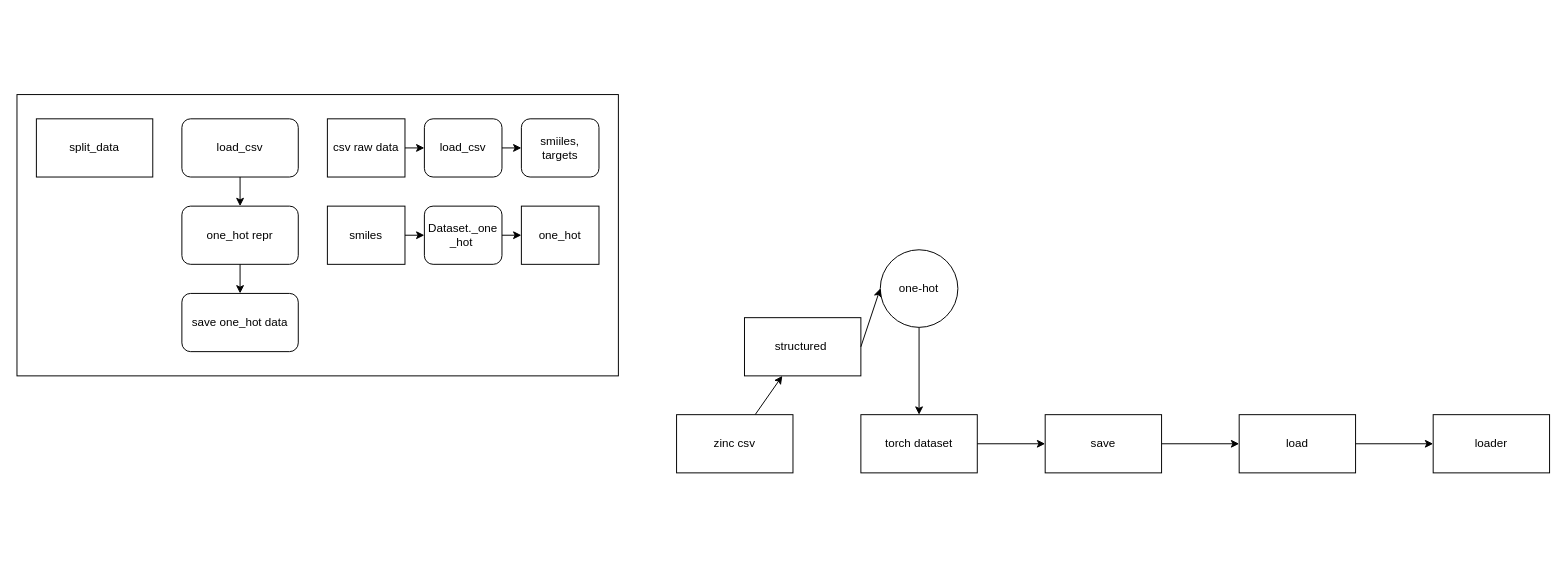
ZhichenCS/MOLVAE keeps this draw.io diagram as zinc_data_processing_pipline.dio. Above is the earlier version. Source tidied: cells renumbered, new cells numbered last; positions are measured from the earlier drawing's top-left corner, leaving out a move shared by most shapes. Both pictures are drawn from the tidied source at 97%, with x=0, y=0 at pixel (16, 94).
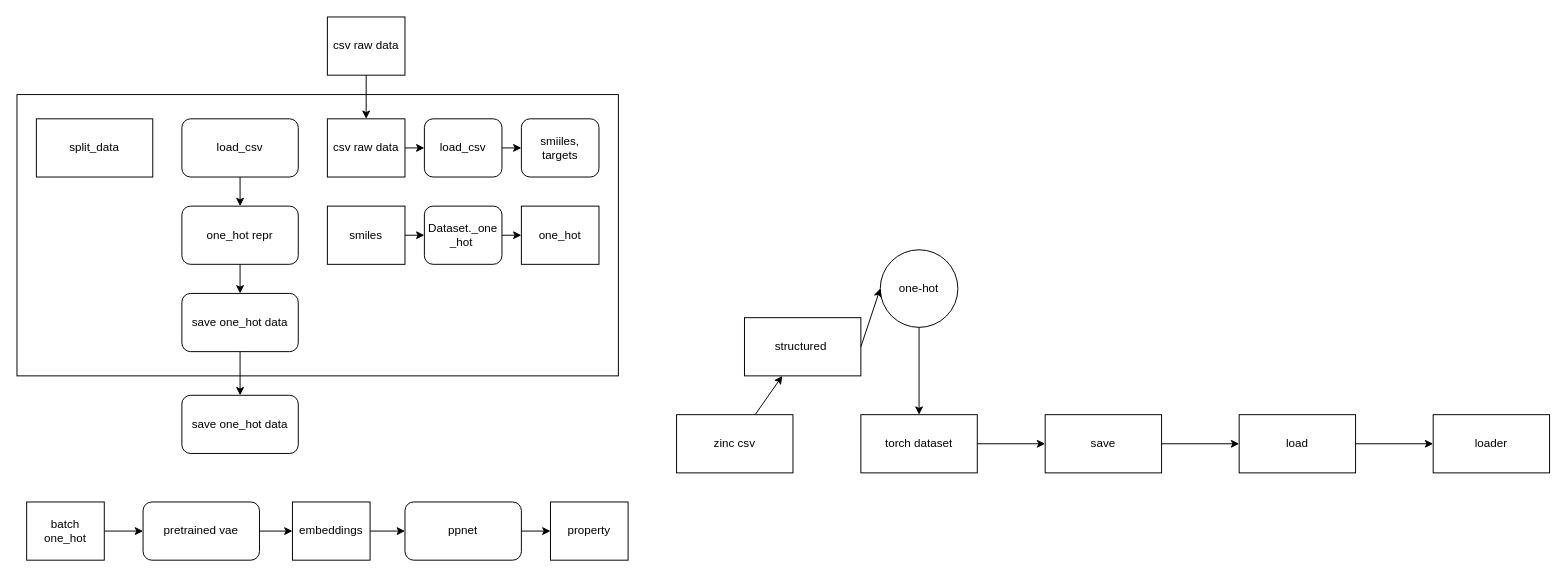
Above is the later version.

Unchanged cells that the change refers to:
```xml
<mxCell id="23" value="csv raw data" style="rounded=0;whiteSpace=wrap;html=1;" parent="15" vertex="1">
  <mxGeometry x="320" y="25" width="80" height="60" as="geometry" />
</mxCell>
<mxCell id="31" value="save one_hot data" style="whiteSpace=wrap;html=1;rounded=1;" parent="15" vertex="1">
  <mxGeometry x="170" y="205" width="120" height="60" as="geometry" />
</mxCell>
```

Change to the diagram source:
```diff
@@
+    <mxCell id="33" style="edgeStyle=none;html=1;" parent="1" edge="1" source="34" target="38">
+      <mxGeometry relative="1" as="geometry" />
+    </mxCell>
+    <mxCell id="34" value="pretrained vae" style="rounded=1;whiteSpace=wrap;html=1;" parent="1" vertex="1">
+      <mxGeometry x="130" y="420" width="120" height="60" as="geometry" />
+    </mxCell>
+    <mxCell id="35" style="edgeStyle=none;html=1;" parent="1" edge="1" source="36" target="34">
+      <mxGeometry relative="1" as="geometry" />
+    </mxCell>
+    <mxCell id="36" value="batch&lt;br&gt;one_hot" style="rounded=0;whiteSpace=wrap;html=1;" parent="1" vertex="1">
+      <mxGeometry x="10" y="420" width="80" height="60" as="geometry" />
+    </mxCell>
+    <mxCell id="37" style="edgeStyle=none;html=1;" parent="1" edge="1" source="38" target="40">
+      <mxGeometry relative="1" as="geometry" />
+    </mxCell>
+    <mxCell id="38" value="embeddings" style="rounded=0;whiteSpace=wrap;html=1;" parent="1" vertex="1">
+      <mxGeometry x="284" y="420" width="80" height="60" as="geometry" />
+    </mxCell>
+    <mxCell id="39" style="edgeStyle=none;html=1;" parent="1" edge="1" source="40" target="41">
+      <mxGeometry relative="1" as="geometry" />
+    </mxCell>
+    <mxCell id="40" value="ppnet" style="rounded=1;whiteSpace=wrap;html=1;" parent="1" vertex="1">
+      <mxGeometry x="400" y="420" width="120" height="60" as="geometry" />
+    </mxCell>
+    <mxCell id="41" value="property" style="rounded=0;whiteSpace=wrap;html=1;" parent="1" vertex="1">
+      <mxGeometry x="550" y="420" width="80" height="60" as="geometry" />
+    </mxCell>
+    <mxCell id="42" value="save one_hot data" style="whiteSpace=wrap;html=1;rounded=1;" parent="1" vertex="1">
+      <mxGeometry x="170" y="310" width="120" height="60" as="geometry" />
+    </mxCell>
+    <mxCell id="43" style="edgeStyle=none;html=1;" parent="1" edge="1" source="31" target="42">
+      <mxGeometry relative="1" as="geometry" />
+    </mxCell>
+    <mxCell id="44" style="edgeStyle=none;html=1;" parent="1" edge="1" source="45" target="23">
+      <mxGeometry relative="1" as="geometry" />
+    </mxCell>
+    <mxCell id="45" value="csv raw data" style="rounded=0;whiteSpace=wrap;html=1;" parent="1" vertex="1">
+      <mxGeometry x="320" y="-80" width="80" height="60" as="geometry" />
+    </mxCell>
```
